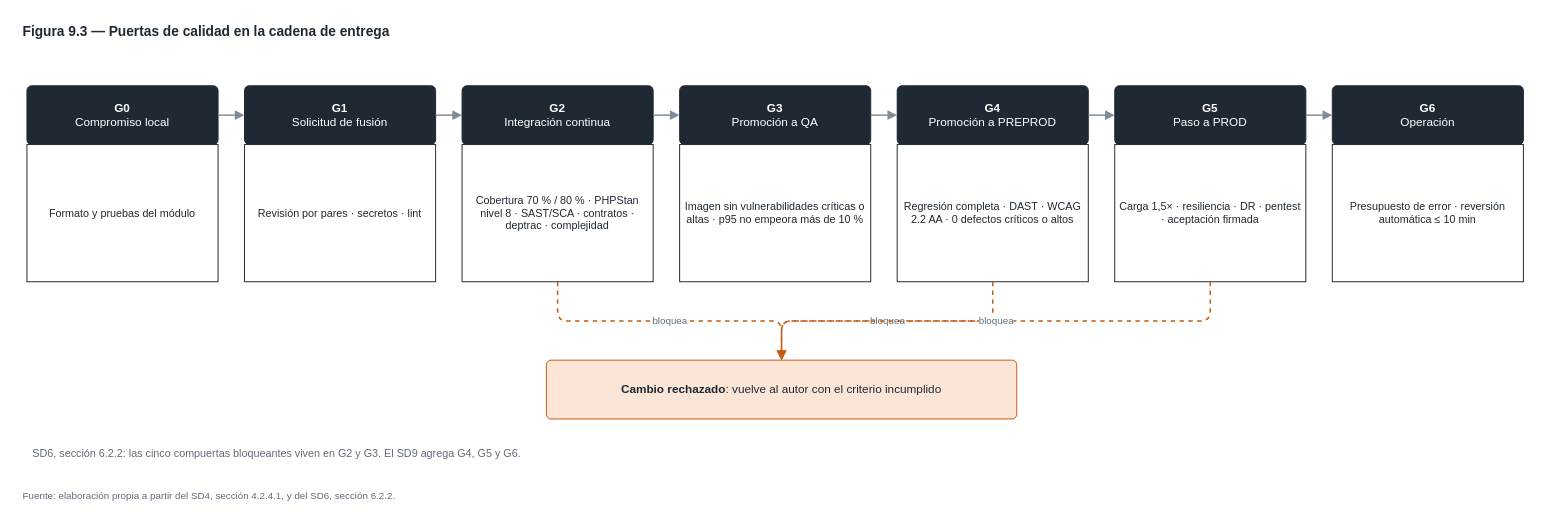
This is 09_plan_calidad/Diagramas/Fig_9-3_Puertas_Calidad.drawio from PatricioH315/LafroX, a draw.io file, before an edit. Source tidied: cells renumbered, new cells numbered last; positions are measured from the earlier drawing's top-left corner, leaving out a move shared by most shapes. Both pictures are drawn from the tidied source at 98%, with x=0, y=0 at pixel (17, 17).
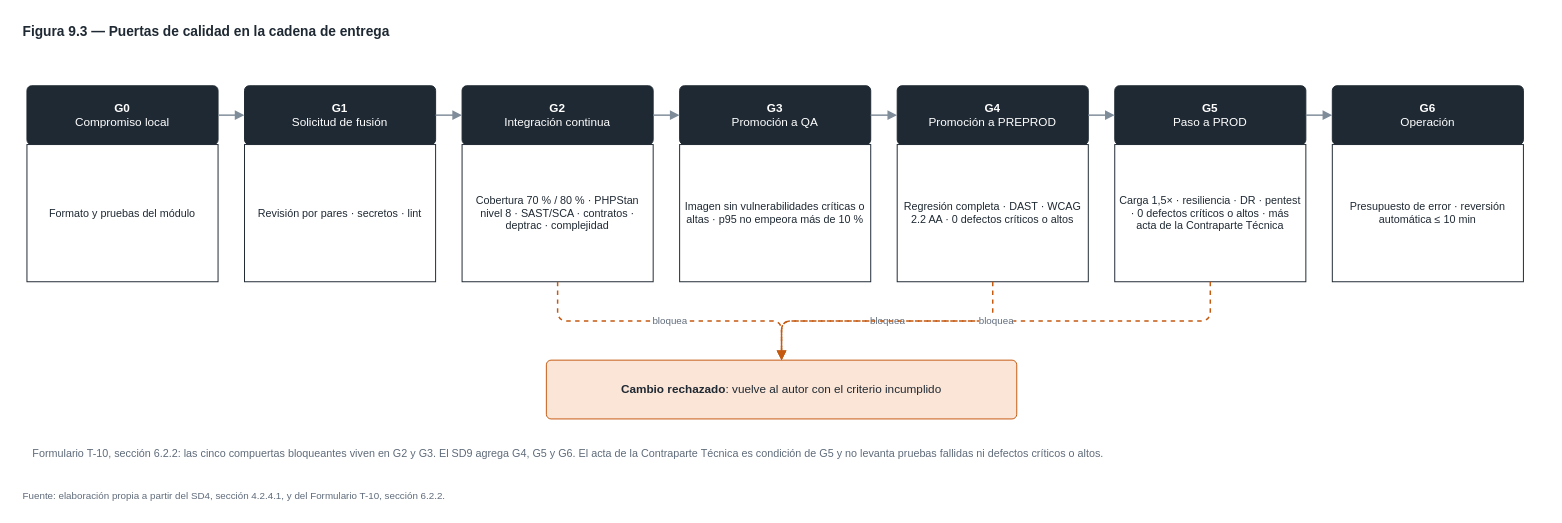
After the change.

Diff of the diagram source:
```diff
@@
-    <mxCell id="3" value="Fuente: elaboración propia a partir del SD4, sección 4.2.4.1, y del SD6, sección 6.2.2." style="fontFamily=Helvetica;html=1;whiteSpace=wrap;rounded=1;arcSize=8;fillColor=none;strokeColor=none;fontSize=10;fontColor=#5F6B7A;fontStyle=0;align=left;verticalAlign=middle;spacing=6;dashed=0;" parent="1" vertex="1">
+    <mxCell id="3" value="Fuente: elaboración propia a partir del SD4, sección 4.2.4.1, y del Formulario T-10, sección 6.2.2." style="fontFamily=Helvetica;html=1;whiteSpace=wrap;rounded=1;arcSize=8;fillColor=none;strokeColor=none;fontSize=10;fontColor=#5F6B7A;fontStyle=0;align=left;verticalAlign=middle;spacing=6;dashed=0;" parent="1" vertex="1">
       <mxGeometry y="476" width="1560" height="24" as="geometry" />
     </mxCell>
@@
-    <mxCell id="15" value="Carga 1,5× · resiliencia · DR · pentest · aceptación firmada" style="fontFamily=Helvetica;html=1;whiteSpace=wrap;rounded=0;arcSize=8;fillColor=#FFFFFF;strokeColor=#1F2933;fontSize=11;fontColor=#1F2933;fontStyle=0;align=center;verticalAlign=middle;spacing=6;dashed=0;" parent="1" vertex="1">
+    <mxCell id="15" value="Carga 1,5× · resiliencia · DR · pentest · 0 defectos críticos o altos · más acta de la Contraparte Técnica" style="fontFamily=Helvetica;html=1;whiteSpace=wrap;rounded=0;arcSize=8;fillColor=#FFFFFF;strokeColor=#1F2933;fontSize=11;fontColor=#1F2933;fontStyle=0;align=center;verticalAlign=middle;spacing=6;dashed=0;" parent="1" vertex="1">
       <mxGeometry x="1120" y="130" width="195" height="140" as="geometry" />
     </mxCell>
@@
-    <mxCell id="28" value="SD6, sección 6.2.2: las cinco compuertas bloqueantes viven en G2 y G3. El SD9 agrega G4, G5 y G6." style="fontFamily=Helvetica;html=1;whiteSpace=wrap;rounded=1;arcSize=8;fillColor=none;strokeColor=none;fontSize=11;fontColor=#5F6B7A;fontStyle=0;align=left;verticalAlign=middle;spacing=6;dashed=0;" parent="1" vertex="1">
+    <mxCell id="28" value="Formulario T-10, sección 6.2.2: las cinco compuertas bloqueantes viven en G2 y G3. El SD9 agrega G4, G5 y G6. El acta de la Contraparte Técnica es condición de G5 y no levanta pruebas fallidas ni defectos críticos o altos." style="fontFamily=Helvetica;html=1;whiteSpace=wrap;rounded=1;arcSize=8;fillColor=none;strokeColor=none;fontSize=11;fontColor=#5F6B7A;fontStyle=0;align=left;verticalAlign=middle;spacing=6;dashed=0;" parent="1" vertex="1">
       <mxGeometry x="10" y="430" width="1540" height="30" as="geometry" />
     </mxCell>
```
